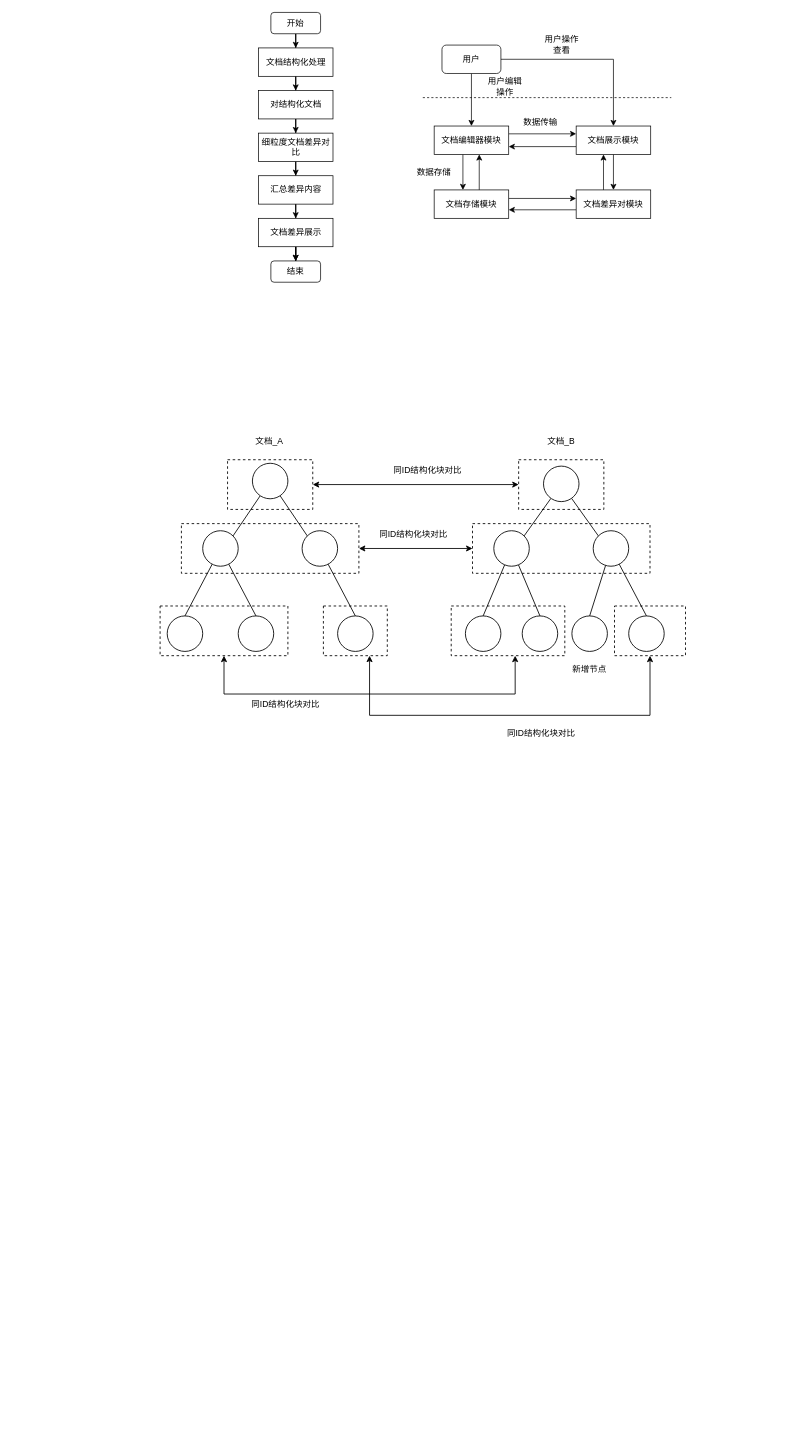
Before: 专利/文档对比专利.drawio in DemonHan/KuickBuy, a draw.io diagram. Source tidied: cells renumbered, new cells numbered last; positions are measured from the earlier drawing's top-left corner, leaving out a move shared by most shapes. Both pictures are drawn from the tidied source at 71%, with x=0, y=0 at pixel (160, 12).
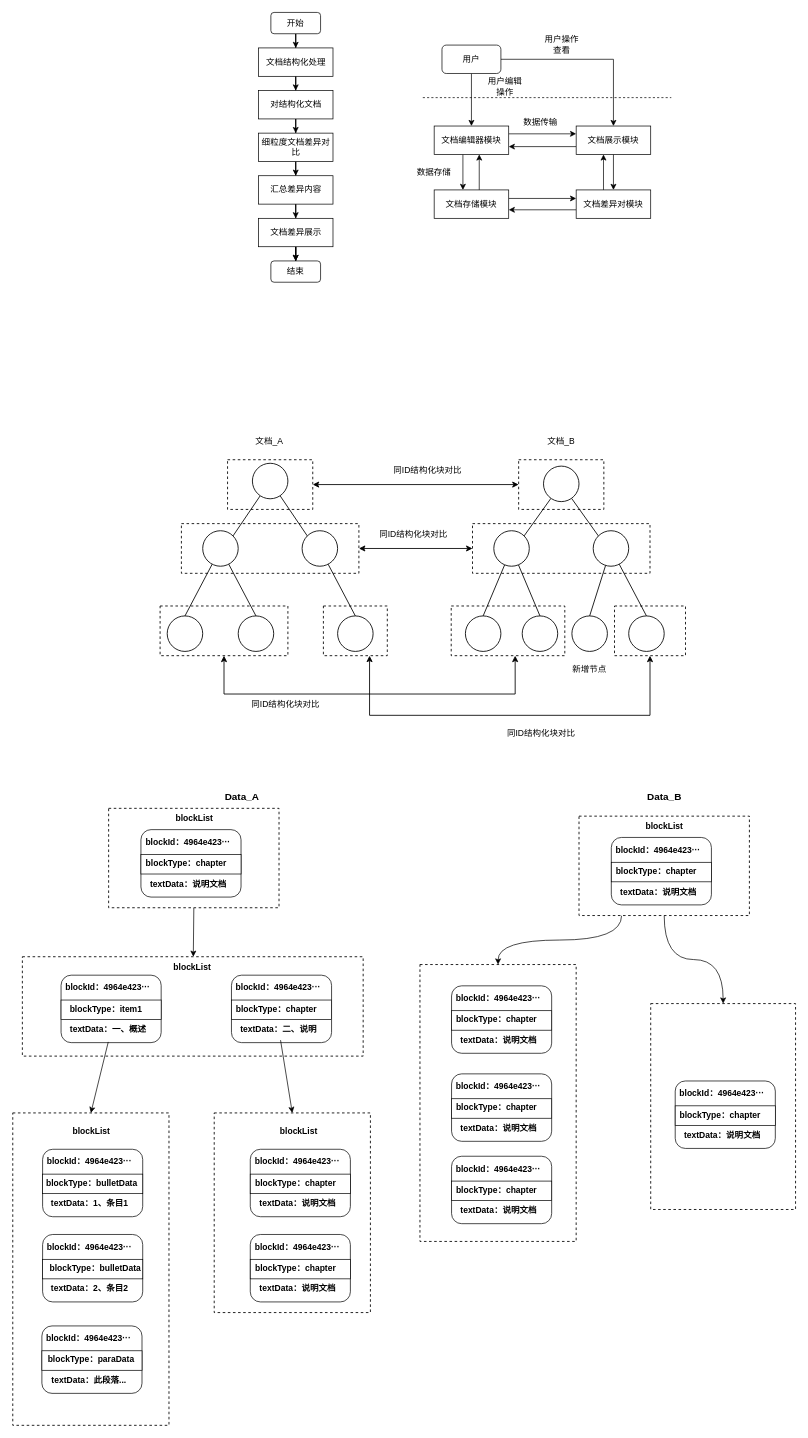
After the change.

Commit message (it also covers changes not shown here):
更新文档对比专利.drawio

The edit, as a diff of the source:
```diff
@@
+    <mxCell id="79" style="rounded=0;whiteSpace=wrap;html=1;dashed=1;strokeWidth=1.2;" parent="1" vertex="1">
+      <mxGeometry x="-207.5" y="1550" width="220" height="440" as="geometry" />
+    </mxCell>
@@
+    <mxCell id="80" style="rounded=0;jettySize=auto;html=1;exitX=0.5;exitY=1;exitDx=0;exitDy=0;" parent="1" edge="1" source="81" target="91">
+      <mxGeometry relative="1" as="geometry" />
+    </mxCell>
+    <mxCell id="81" style="rounded=0;whiteSpace=wrap;html=1;dashed=1;strokeWidth=1.2;" parent="1" vertex="1">
+      <mxGeometry x="-72.5" y="1121" width="240" height="140" as="geometry" />
+    </mxCell>
+    <mxCell id="82" style="group;" parent="1" vertex="1">
+      <mxGeometry x="-31.5" y="1151" width="145.5" height="95" as="geometry" />
+    </mxCell>
+    <mxCell id="83" style="rounded=1;whiteSpace=wrap;html=1;" parent="82" vertex="1">
+      <mxGeometry x="4.5" width="141" height="95" as="geometry" />
+    </mxCell>
+    <mxCell id="84" style="rounded=0;whiteSpace=wrap;html=1;" parent="82" vertex="1">
+      <mxGeometry x="4.5" y="35" width="141" height="27.5" as="geometry" />
+    </mxCell>
+    <mxCell id="85" value="blockId：4964e423···" style="text;html=1;align=center;verticalAlign=middle;whiteSpace=wrap;rounded=0;fontStyle=1;" parent="82" vertex="1">
+      <mxGeometry y="2.5" width="141" height="30" as="geometry" />
+    </mxCell>
+    <mxCell id="86" value="blockType：chapter" style="text;html=1;align=center;verticalAlign=middle;whiteSpace=wrap;rounded=0;fontStyle=1;" parent="82" vertex="1">
+      <mxGeometry x="8.2" y="32.5" width="120" height="30" as="geometry" />
+    </mxCell>
+    <mxCell id="87" value="textData：说明文档" style="text;html=1;align=center;verticalAlign=middle;whiteSpace=wrap;rounded=0;fontStyle=1;" parent="82" vertex="1">
+      <mxGeometry x="11.2" y="61.5" width="120" height="30" as="geometry" />
+    </mxCell>
+    <mxCell id="88" value="blockList" style="text;html=1;align=center;verticalAlign=middle;strokeColor=none;fillColor=none;fontStyle=1;" parent="1" vertex="1">
+      <mxGeometry x="12.5" y="1120" width="70" height="30" as="geometry" />
+    </mxCell>
+    <mxCell id="89" value="&lt;b style=&quot;font-size: 14px;&quot;&gt;Data_A&lt;/b&gt;" style="text;html=1;align=center;verticalAlign=middle;strokeColor=none;fillColor=none;fontSize=14;" parent="1" vertex="1">
+      <mxGeometry x="80" y="1090" width="70" height="30" as="geometry" />
+    </mxCell>
+    <mxCell id="90" value="&lt;b style=&quot;font-size: 14px;&quot;&gt;Data_B&lt;/b&gt;" style="text;html=1;align=center;verticalAlign=middle;strokeColor=none;fillColor=none;fontSize=14;" parent="1" vertex="1">
+      <mxGeometry x="675" y="1090" width="70" height="30" as="geometry" />
+    </mxCell>
+    <mxCell id="91" style="rounded=0;whiteSpace=wrap;html=1;dashed=1;strokeWidth=1.2;" parent="1" vertex="1">
+      <mxGeometry x="-194" y="1330" width="480" height="140" as="geometry" />
+    </mxCell>
+    <mxCell id="92" style="group;" parent="1" vertex="1">
+      <mxGeometry x="-144" y="1356" width="145.5" height="95" as="geometry" />
+    </mxCell>
+    <mxCell id="93" style="rounded=1;whiteSpace=wrap;html=1;" parent="92" vertex="1">
+      <mxGeometry x="4.5" width="141" height="95" as="geometry" />
+    </mxCell>
+    <mxCell id="94" style="rounded=0;whiteSpace=wrap;html=1;" parent="92" vertex="1">
+      <mxGeometry x="4.5" y="35" width="141" height="27.5" as="geometry" />
+    </mxCell>
+    <mxCell id="95" value="blockId：4964e423···" style="text;html=1;align=center;verticalAlign=middle;whiteSpace=wrap;rounded=0;fontStyle=1;" parent="92" vertex="1">
+      <mxGeometry y="2.5" width="141" height="30" as="geometry" />
+    </mxCell>
+    <mxCell id="96" value="blockType：item1" style="text;html=1;align=center;verticalAlign=middle;whiteSpace=wrap;rounded=0;fontStyle=1;" parent="92" vertex="1">
+      <mxGeometry x="8.2" y="32.5" width="120" height="30" as="geometry" />
+    </mxCell>
+    <mxCell id="97" value="textData：一、概述" style="text;html=1;align=center;verticalAlign=middle;whiteSpace=wrap;rounded=0;fontStyle=1;" parent="92" vertex="1">
+      <mxGeometry x="11.2" y="61.5" width="120" height="30" as="geometry" />
+    </mxCell>
+    <mxCell id="98" style="group;" parent="1" vertex="1">
+      <mxGeometry x="-170" y="1721.2" width="150" height="95" as="geometry" />
+    </mxCell>
+    <mxCell id="99" style="rounded=1;whiteSpace=wrap;html=1;" parent="98" vertex="1">
+      <mxGeometry x="4.5" width="141" height="95" as="geometry" />
+    </mxCell>
+    <mxCell id="100" style="rounded=0;whiteSpace=wrap;html=1;" parent="98" vertex="1">
+      <mxGeometry x="4.5" y="35" width="141" height="27.5" as="geometry" />
+    </mxCell>
+    <mxCell id="101" value="blockId：4964e423···" style="text;html=1;align=center;verticalAlign=middle;whiteSpace=wrap;rounded=0;fontStyle=1;" parent="98" vertex="1">
+      <mxGeometry y="2.5" width="141" height="30" as="geometry" />
+    </mxCell>
+    <mxCell id="102" value="blockType：bulletData" style="text;html=1;align=center;verticalAlign=middle;whiteSpace=wrap;rounded=0;fontStyle=1;" parent="98" vertex="1">
+      <mxGeometry x="8.2" y="32.5" width="141.8" height="30" as="geometry" />
+    </mxCell>
+    <mxCell id="103" value="textData：2、条目2" style="text;html=1;align=center;verticalAlign=middle;whiteSpace=wrap;rounded=0;fontStyle=1;" parent="98" vertex="1">
+      <mxGeometry x="11.2" y="61.5" width="120" height="30" as="geometry" />
+    </mxCell>
+    <mxCell id="104" style="group;" parent="1" vertex="1">
+      <mxGeometry x="96" y="1356" width="145.5" height="95" as="geometry" />
+    </mxCell>
+    <mxCell id="105" style="rounded=1;whiteSpace=wrap;html=1;" parent="104" vertex="1">
+      <mxGeometry x="4.5" width="141" height="95" as="geometry" />
+    </mxCell>
+    <mxCell id="106" style="rounded=0;whiteSpace=wrap;html=1;" parent="104" vertex="1">
+      <mxGeometry x="4.5" y="35" width="141" height="27.5" as="geometry" />
+    </mxCell>
+    <mxCell id="107" value="blockId：4964e423···" style="text;html=1;align=center;verticalAlign=middle;whiteSpace=wrap;rounded=0;fontStyle=1;" parent="104" vertex="1">
+      <mxGeometry y="2.5" width="141" height="30" as="geometry" />
+    </mxCell>
+    <mxCell id="108" value="blockType：chapter" style="text;html=1;align=center;verticalAlign=middle;whiteSpace=wrap;rounded=0;fontStyle=1;" parent="104" vertex="1">
+      <mxGeometry x="8.2" y="32.5" width="120" height="30" as="geometry" />
+    </mxCell>
+    <mxCell id="109" value="textData：二、说明" style="text;html=1;align=center;verticalAlign=middle;whiteSpace=wrap;rounded=0;fontStyle=1;" parent="104" vertex="1">
+      <mxGeometry x="11.2" y="61.5" width="120" height="30" as="geometry" />
+    </mxCell>
+    <mxCell id="110" style="edgeStyle=orthogonalEdgeStyle;rounded=0;jettySize=auto;html=1;curved=1;exitX=0.25;exitY=1;exitDx=0;exitDy=0;" parent="1" edge="1" source="112" target="120">
+      <mxGeometry relative="1" as="geometry" />
+    </mxCell>
+    <mxCell id="111" style="edgeStyle=orthogonalEdgeStyle;rounded=0;jettySize=auto;html=1;entryX=0.5;entryY=0;entryDx=0;entryDy=0;curved=1;" parent="1" edge="1" source="112" target="139">
+      <mxGeometry relative="1" as="geometry" />
+    </mxCell>
+    <mxCell id="112" style="rounded=0;whiteSpace=wrap;html=1;dashed=1;strokeWidth=1.2;" parent="1" vertex="1">
+      <mxGeometry x="590" y="1132" width="240" height="140" as="geometry" />
+    </mxCell>
+    <mxCell id="113" style="group;" parent="1" vertex="1">
+      <mxGeometry x="631" y="1162" width="145.5" height="95" as="geometry" />
+    </mxCell>
+    <mxCell id="114" style="rounded=1;whiteSpace=wrap;html=1;" parent="113" vertex="1">
+      <mxGeometry x="4.5" width="141" height="95" as="geometry" />
+    </mxCell>
+    <mxCell id="115" style="rounded=0;whiteSpace=wrap;html=1;" parent="113" vertex="1">
+      <mxGeometry x="4.5" y="35" width="141" height="27.5" as="geometry" />
+    </mxCell>
+    <mxCell id="116" value="blockId：4964e423···" style="text;html=1;align=center;verticalAlign=middle;whiteSpace=wrap;rounded=0;fontStyle=1;" parent="113" vertex="1">
+      <mxGeometry y="2.5" width="141" height="30" as="geometry" />
+    </mxCell>
+    <mxCell id="117" value="blockType：chapter" style="text;html=1;align=center;verticalAlign=middle;whiteSpace=wrap;rounded=0;fontStyle=1;" parent="113" vertex="1">
+      <mxGeometry x="8.2" y="32.5" width="120" height="30" as="geometry" />
+    </mxCell>
+    <mxCell id="118" value="textData：说明文档" style="text;html=1;align=center;verticalAlign=middle;whiteSpace=wrap;rounded=0;fontStyle=1;" parent="113" vertex="1">
+      <mxGeometry x="11.2" y="61.5" width="120" height="30" as="geometry" />
+    </mxCell>
+    <mxCell id="119" value="blockList" style="text;html=1;align=center;verticalAlign=middle;strokeColor=none;fillColor=none;fontStyle=1;" parent="1" vertex="1">
+      <mxGeometry x="675" y="1131" width="70" height="30" as="geometry" />
+    </mxCell>
+    <mxCell id="120" style="rounded=0;whiteSpace=wrap;html=1;dashed=1;strokeWidth=1.2;" parent="1" vertex="1">
+      <mxGeometry x="366" y="1341" width="220" height="390" as="geometry" />
+    </mxCell>
+    <mxCell id="121" style="group;" parent="1" vertex="1">
+      <mxGeometry x="406" y="1371" width="145.5" height="95" as="geometry" />
+    </mxCell>
+    <mxCell id="122" style="rounded=1;whiteSpace=wrap;html=1;" parent="121" vertex="1">
+      <mxGeometry x="4.5" width="141" height="95" as="geometry" />
+    </mxCell>
+    <mxCell id="123" style="rounded=0;whiteSpace=wrap;html=1;" parent="121" vertex="1">
+      <mxGeometry x="4.5" y="35" width="141" height="27.5" as="geometry" />
+    </mxCell>
+    <mxCell id="124" value="blockId：4964e423···" style="text;html=1;align=center;verticalAlign=middle;whiteSpace=wrap;rounded=0;fontStyle=1;" parent="121" vertex="1">
+      <mxGeometry y="2.5" width="141" height="30" as="geometry" />
+    </mxCell>
+    <mxCell id="125" value="blockType：chapter" style="text;html=1;align=center;verticalAlign=middle;whiteSpace=wrap;rounded=0;fontStyle=1;" parent="121" vertex="1">
+      <mxGeometry x="8.2" y="32.5" width="120" height="30" as="geometry" />
+    </mxCell>
+    <mxCell id="126" value="textData：说明文档" style="text;html=1;align=center;verticalAlign=middle;whiteSpace=wrap;rounded=0;fontStyle=1;" parent="121" vertex="1">
+      <mxGeometry x="11.2" y="61.5" width="120" height="30" as="geometry" />
+    </mxCell>
+    <mxCell id="127" style="group;" parent="1" vertex="1">
+      <mxGeometry x="406" y="1495" width="145.5" height="95" as="geometry" />
+    </mxCell>
+    <mxCell id="128" style="rounded=1;whiteSpace=wrap;html=1;" parent="127" vertex="1">
+      <mxGeometry x="4.5" width="141" height="95" as="geometry" />
+    </mxCell>
+    <mxCell id="129" style="rounded=0;whiteSpace=wrap;html=1;" parent="127" vertex="1">
+      <mxGeometry x="4.5" y="35" width="141" height="27.5" as="geometry" />
+    </mxCell>
+    <mxCell id="130" value="blockId：4964e423···" style="text;html=1;align=center;verticalAlign=middle;whiteSpace=wrap;rounded=0;fontStyle=1;" parent="127" vertex="1">
+      <mxGeometry y="2.5" width="141" height="30" as="geometry" />
+    </mxCell>
+    <mxCell id="131" value="blockType：chapter" style="text;html=1;align=center;verticalAlign=middle;whiteSpace=wrap;rounded=0;fontStyle=1;" parent="127" vertex="1">
+      <mxGeometry x="8.2" y="32.5" width="120" height="30" as="geometry" />
+    </mxCell>
+    <mxCell id="132" value="textData：说明文档" style="text;html=1;align=center;verticalAlign=middle;whiteSpace=wrap;rounded=0;fontStyle=1;" parent="127" vertex="1">
+      <mxGeometry x="11.2" y="61.5" width="120" height="30" as="geometry" />
+    </mxCell>
+    <mxCell id="133" style="group;" parent="1" vertex="1">
+      <mxGeometry x="406" y="1611" width="145.5" height="95" as="geometry" />
+    </mxCell>
+    <mxCell id="134" style="rounded=1;whiteSpace=wrap;html=1;" parent="133" vertex="1">
+      <mxGeometry x="4.5" width="141" height="95" as="geometry" />
+    </mxCell>
+    <mxCell id="135" style="rounded=0;whiteSpace=wrap;html=1;" parent="133" vertex="1">
+      <mxGeometry x="4.5" y="35" width="141" height="27.5" as="geometry" />
+    </mxCell>
+    <mxCell id="136" value="blockId：4964e423···" style="text;html=1;align=center;verticalAlign=middle;whiteSpace=wrap;rounded=0;fontStyle=1;" parent="133" vertex="1">
+      <mxGeometry y="2.5" width="141" height="30" as="geometry" />
+    </mxCell>
+    <mxCell id="137" value="blockType：chapter" style="text;html=1;align=center;verticalAlign=middle;whiteSpace=wrap;rounded=0;fontStyle=1;" parent="133" vertex="1">
+      <mxGeometry x="8.2" y="32.5" width="120" height="30" as="geometry" />
+    </mxCell>
+    <mxCell id="138" value="textData：说明文档" style="text;html=1;align=center;verticalAlign=middle;whiteSpace=wrap;rounded=0;fontStyle=1;" parent="133" vertex="1">
+      <mxGeometry x="11.2" y="61.5" width="120" height="30" as="geometry" />
+    </mxCell>
+    <mxCell id="139" style="rounded=0;whiteSpace=wrap;html=1;dashed=1;strokeWidth=1.2;" parent="1" vertex="1">
+      <mxGeometry x="691" y="1396" width="204" height="290" as="geometry" />
+    </mxCell>
+    <mxCell id="140" style="group;" parent="1" vertex="1">
+      <mxGeometry x="721" y="1505" width="145.5" height="95" as="geometry" />
+    </mxCell>
+    <mxCell id="141" style="rounded=1;whiteSpace=wrap;html=1;" parent="140" vertex="1">
+      <mxGeometry x="4.5" width="141" height="95" as="geometry" />
+    </mxCell>
+    <mxCell id="142" style="rounded=0;whiteSpace=wrap;html=1;" parent="140" vertex="1">
+      <mxGeometry x="4.5" y="35" width="141" height="27.5" as="geometry" />
+    </mxCell>
+    <mxCell id="143" value="blockId：4964e423···" style="text;html=1;align=center;verticalAlign=middle;whiteSpace=wrap;rounded=0;fontStyle=1;" parent="140" vertex="1">
+      <mxGeometry y="2.5" width="141" height="30" as="geometry" />
+    </mxCell>
+    <mxCell id="144" value="blockType：chapter" style="text;html=1;align=center;verticalAlign=middle;whiteSpace=wrap;rounded=0;fontStyle=1;" parent="140" vertex="1">
+      <mxGeometry x="8.2" y="32.5" width="120" height="30" as="geometry" />
+    </mxCell>
+    <mxCell id="145" value="textData：说明文档" style="text;html=1;align=center;verticalAlign=middle;whiteSpace=wrap;rounded=0;fontStyle=1;" parent="140" vertex="1">
+      <mxGeometry x="11.2" y="61.5" width="120" height="30" as="geometry" />
+    </mxCell>
+    <mxCell id="146" style="group;" parent="1" vertex="1">
+      <mxGeometry x="-170" y="1601.2" width="145.5" height="95" as="geometry" />
+    </mxCell>
+    <mxCell id="147" style="rounded=1;whiteSpace=wrap;html=1;" parent="146" vertex="1">
+      <mxGeometry x="4.5" width="141" height="95" as="geometry" />
+    </mxCell>
+    <mxCell id="148" style="rounded=0;whiteSpace=wrap;html=1;" parent="146" vertex="1">
+      <mxGeometry x="4.5" y="35" width="141" height="27.5" as="geometry" />
+    </mxCell>
+    <mxCell id="149" value="blockId：4964e423···" style="text;html=1;align=center;verticalAlign=middle;whiteSpace=wrap;rounded=0;fontStyle=1;" parent="146" vertex="1">
+      <mxGeometry y="2.5" width="141" height="30" as="geometry" />
+    </mxCell>
+    <mxCell id="150" value="blockType：bulletData" style="text;html=1;align=center;verticalAlign=middle;whiteSpace=wrap;rounded=0;fontStyle=1;" parent="146" vertex="1">
+      <mxGeometry x="8.2" y="32.5" width="131.8" height="30" as="geometry" />
+    </mxCell>
+    <mxCell id="151" value="textData：1、条目1" style="text;html=1;align=center;verticalAlign=middle;whiteSpace=wrap;rounded=0;fontStyle=1;" parent="146" vertex="1">
+      <mxGeometry x="11.2" y="61.5" width="120" height="30" as="geometry" />
+    </mxCell>
+    <mxCell id="152" style="endArrow=classic;html=1;rounded=0;entryX=0.5;entryY=0;entryDx=0;entryDy=0;" parent="1" edge="1" target="79">
+      <mxGeometry relative="1" as="geometry">
+        <mxPoint x="-73" y="1450" as="sourcePoint" />
+      </mxGeometry>
+    </mxCell>
+    <mxCell id="153" value="blockList" style="text;html=1;align=center;verticalAlign=middle;strokeColor=none;fillColor=none;fontStyle=1;" parent="1" vertex="1">
+      <mxGeometry x="10" y="1330" width="70" height="30" as="geometry" />
+    </mxCell>
+    <mxCell id="154" value="blockList" style="text;html=1;align=center;verticalAlign=middle;strokeColor=none;fillColor=none;fontStyle=1;" parent="1" vertex="1">
+      <mxGeometry x="-132.5" y="1561.2" width="70" height="30" as="geometry" />
+    </mxCell>
+    <mxCell id="155" style="rounded=0;whiteSpace=wrap;html=1;dashed=1;strokeWidth=1.2;" parent="1" vertex="1">
+      <mxGeometry x="76.2" y="1550" width="220" height="281.2" as="geometry" />
+    </mxCell>
+    <mxCell id="156" style="group;" parent="1" vertex="1">
+      <mxGeometry x="122.5" y="1721.2" width="145.5" height="95" as="geometry" />
+    </mxCell>
+    <mxCell id="157" style="rounded=1;whiteSpace=wrap;html=1;" parent="156" vertex="1">
+      <mxGeometry x="4.5" width="141" height="95" as="geometry" />
+    </mxCell>
+    <mxCell id="158" style="rounded=0;whiteSpace=wrap;html=1;" parent="156" vertex="1">
+      <mxGeometry x="4.5" y="35" width="141" height="27.5" as="geometry" />
+    </mxCell>
+    <mxCell id="159" value="blockId：4964e423···" style="text;html=1;align=center;verticalAlign=middle;whiteSpace=wrap;rounded=0;fontStyle=1;" parent="156" vertex="1">
+      <mxGeometry y="2.5" width="141" height="30" as="geometry" />
+    </mxCell>
+    <mxCell id="160" value="blockType：chapter" style="text;html=1;align=center;verticalAlign=middle;whiteSpace=wrap;rounded=0;fontStyle=1;" parent="156" vertex="1">
+      <mxGeometry x="8.2" y="32.5" width="120" height="30" as="geometry" />
+    </mxCell>
+    <mxCell id="161" value="textData：说明文档" style="text;html=1;align=center;verticalAlign=middle;whiteSpace=wrap;rounded=0;fontStyle=1;" parent="156" vertex="1">
+      <mxGeometry x="11.2" y="61.5" width="120" height="30" as="geometry" />
+    </mxCell>
+    <mxCell id="162" style="group;" parent="1" vertex="1">
+      <mxGeometry x="122.5" y="1601.2" width="145.5" height="95" as="geometry" />
+    </mxCell>
+    <mxCell id="163" style="rounded=1;whiteSpace=wrap;html=1;" parent="162" vertex="1">
+      <mxGeometry x="4.5" width="141" height="95" as="geometry" />
+    </mxCell>
+    <mxCell id="164" style="rounded=0;whiteSpace=wrap;html=1;" parent="162" vertex="1">
+      <mxGeometry x="4.5" y="35" width="141" height="27.5" as="geometry" />
+    </mxCell>
+    <mxCell id="165" value="blockId：4964e423···" style="text;html=1;align=center;verticalAlign=middle;whiteSpace=wrap;rounded=0;fontStyle=1;" parent="162" vertex="1">
+      <mxGeometry y="2.5" width="141" height="30" as="geometry" />
+    </mxCell>
+    <mxCell id="166" value="blockType：chapter" style="text;html=1;align=center;verticalAlign=middle;whiteSpace=wrap;rounded=0;fontStyle=1;" parent="162" vertex="1">
+      <mxGeometry x="8.2" y="32.5" width="120" height="30" as="geometry" />
+    </mxCell>
+    <mxCell id="167" value="textData：说明文档" style="text;html=1;align=center;verticalAlign=middle;whiteSpace=wrap;rounded=0;fontStyle=1;" parent="162" vertex="1">
+      <mxGeometry x="11.2" y="61.5" width="120" height="30" as="geometry" />
+    </mxCell>
+    <mxCell id="168" value="blockList" style="text;html=1;align=center;verticalAlign=middle;strokeColor=none;fillColor=none;fontStyle=1;" parent="1" vertex="1">
+      <mxGeometry x="160" y="1561.2" width="70" height="30" as="geometry" />
+    </mxCell>
+    <mxCell id="169" style="rounded=0;jettySize=auto;html=1;entryX=0.5;entryY=0;entryDx=0;entryDy=0;" parent="1" edge="1" source="109" target="155">
+      <mxGeometry relative="1" as="geometry" />
+    </mxCell>
+    <mxCell id="170" style="group;" parent="1" vertex="1">
+      <mxGeometry x="-171" y="1850" width="145.5" height="95" as="geometry" />
+    </mxCell>
+    <mxCell id="171" style="rounded=1;whiteSpace=wrap;html=1;" parent="170" vertex="1">
+      <mxGeometry x="4.5" width="141" height="95" as="geometry" />
+    </mxCell>
+    <mxCell id="172" style="rounded=0;whiteSpace=wrap;html=1;" parent="170" vertex="1">
+      <mxGeometry x="4.5" y="35" width="141" height="27.5" as="geometry" />
+    </mxCell>
+    <mxCell id="173" value="blockId：4964e423···" style="text;html=1;align=center;verticalAlign=middle;whiteSpace=wrap;rounded=0;fontStyle=1;" parent="170" vertex="1">
+      <mxGeometry y="2.5" width="141" height="30" as="geometry" />
+    </mxCell>
+    <mxCell id="174" value="blockType：paraData" style="text;html=1;align=center;verticalAlign=middle;whiteSpace=wrap;rounded=0;fontStyle=1;" parent="170" vertex="1">
+      <mxGeometry x="8.2" y="32.5" width="131.8" height="30" as="geometry" />
+    </mxCell>
+    <mxCell id="175" value="textData：此段落..." style="text;html=1;align=center;verticalAlign=middle;whiteSpace=wrap;rounded=0;fontStyle=1;" parent="170" vertex="1">
+      <mxGeometry x="11.2" y="61.5" width="120" height="30" as="geometry" />
+    </mxCell>
```
